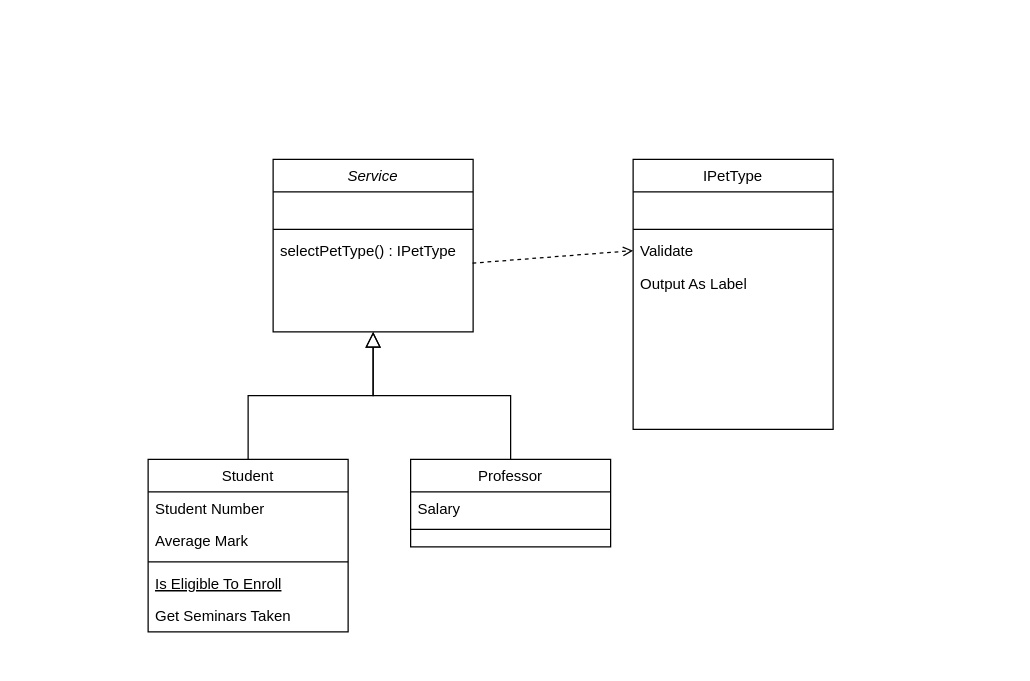
Before: src/main/Untitled Diagram.drawio in johnreyes96/design-patterns, a draw.io diagram. Source tidied: cells renumbered, new cells numbered last; positions are measured from the earlier drawing's top-left corner, leaving out a move shared by most shapes. Both pictures are drawn from the tidied source at 125%, with x=0, y=0 at pixel (148, 159).
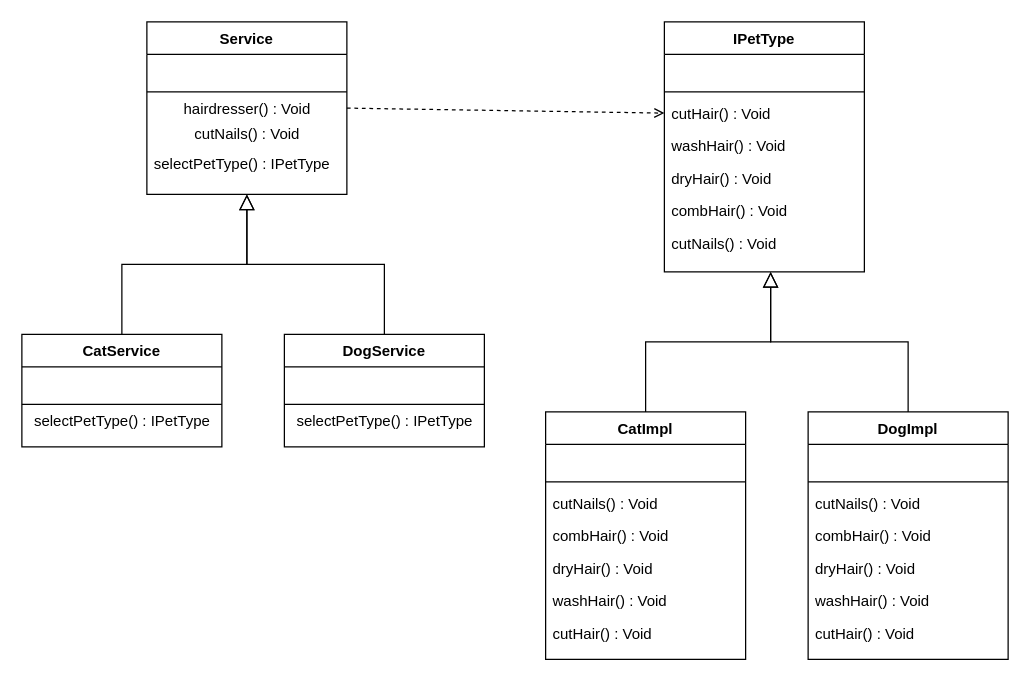
Above is the later version.

The edit, as a diff of the source:
```diff
@@
-    <mxCell id="2" value="Service" style="swimlane;fontStyle=2;align=center;verticalAlign=top;horizontal=1;startSize=26;rounded=0;shadow=0;strokeWidth=1;" parent="1" vertex="1">
-      <mxGeometry x="100" width="160" height="138" as="geometry" />
+    <mxCell id="2" value="Service" style="swimlane;fontStyle=1;align=center;verticalAlign=top;horizontal=1;startSize=26;rounded=0;shadow=0;strokeWidth=1;" parent="1" vertex="1">
+      <mxGeometry x="-1" y="-110" width="160" height="138" as="geometry" />
     </mxCell>
@@
+    <mxCell id="23" value="hairdresser() : Void" style="text;html=1;align=center;verticalAlign=middle;strokeColor=none;fillColor=none;" parent="2" vertex="1">
+      <mxGeometry y="60" width="160" height="20" as="geometry" />
+    </mxCell>
+    <mxCell id="24" value="cutNails() : Void" style="text;html=1;align=center;verticalAlign=middle;strokeColor=none;fillColor=none;" parent="2" vertex="1">
+      <mxGeometry y="80" width="160" height="20" as="geometry" />
+    </mxCell>
     <mxCell id="5" value="selectPetType() : IPetType" style="text;align=left;verticalAlign=top;spacingLeft=4;spacingRight=4;overflow=hidden;points=[[0,0.5],[1,0.5]];portConstraint=eastwest;" parent="2" vertex="1">
-      <mxGeometry y="60" width="160" height="26" as="geometry" />
+      <mxGeometry y="100" width="160" height="26" as="geometry" />
     </mxCell>
-    <mxCell id="6" value="Student" style="swimlane;fontStyle=0;align=center;verticalAlign=top;horizontal=1;startSize=26;rounded=0;shadow=0;strokeWidth=1;" parent="1" vertex="1">
-      <mxGeometry y="240" width="160" height="138" as="geometry" />
+    <mxCell id="6" value="CatService" style="swimlane;fontStyle=1;align=center;verticalAlign=top;horizontal=1;startSize=26;rounded=0;shadow=0;strokeWidth=1;" parent="1" vertex="1">
+      <mxGeometry x="-101" y="140" width="160" height="90" as="geometry" />
     </mxCell>
-    <mxCell id="7" value="Student Number" style="text;align=left;verticalAlign=top;spacingLeft=4;spacingRight=4;overflow=hidden;" parent="6" vertex="1">
+    <mxCell id="7" value=" " style="text;align=left;verticalAlign=top;spacingLeft=4;spacingRight=4;overflow=hidden;" parent="6" vertex="1">
       <mxGeometry y="26" width="160" height="26" as="geometry" />
     </mxCell>
-    <mxCell id="8" value="Average Mark" style="text;align=left;verticalAlign=top;spacingLeft=4;spacingRight=4;overflow=hidden;rounded=0;shadow=0;html=0;" parent="6" vertex="1">
-      <mxGeometry y="52" width="160" height="26" as="geometry" />
-    </mxCell>
     <mxCell id="9" style="line;html=1;strokeWidth=1;align=left;verticalAlign=middle;spacingTop=-1;spacingLeft=3;spacingRight=3;labelPosition=right;" parent="6" vertex="1">
-      <mxGeometry y="78" width="160" height="8" as="geometry" />
+      <mxGeometry y="52" width="160" height="8" as="geometry" />
     </mxCell>
-    <mxCell id="10" value="Is Eligible To Enroll" style="text;align=left;verticalAlign=top;spacingLeft=4;spacingRight=4;overflow=hidden;fontStyle=4;" parent="6" vertex="1">
-      <mxGeometry y="86" width="160" height="26" as="geometry" />
-    </mxCell>
-    <mxCell id="11" value="Get Seminars Taken" style="text;align=left;verticalAlign=top;spacingLeft=4;spacingRight=4;overflow=hidden;" parent="6" vertex="1">
-      <mxGeometry y="112" width="160" height="26" as="geometry" />
-    </mxCell>
+    <mxCell id="25" value="&lt;span style=&quot;text-align: left&quot;&gt;selectPetType() : IPetType&lt;/span&gt;" style="text;html=1;align=center;verticalAlign=middle;strokeColor=none;fillColor=none;" parent="6" vertex="1">
+      <mxGeometry y="60" width="160" height="20" as="geometry" />
+    </mxCell>
@@
-    <mxCell id="13" value="Professor" style="swimlane;fontStyle=0;align=center;verticalAlign=top;horizontal=1;startSize=26;rounded=0;shadow=0;strokeWidth=1;" parent="1" vertex="1">
-      <mxGeometry x="210" y="240" width="160" height="70" as="geometry" />
+    <mxCell id="13" value="DogService" style="swimlane;fontStyle=1;align=center;verticalAlign=top;horizontal=1;startSize=26;rounded=0;shadow=0;strokeWidth=1;" parent="1" vertex="1">
+      <mxGeometry x="109" y="140" width="160" height="90" as="geometry" />
     </mxCell>
-    <mxCell id="14" value="Salary" style="text;align=left;verticalAlign=top;spacingLeft=4;spacingRight=4;overflow=hidden;" parent="13" vertex="1">
+    <mxCell id="14" value=" " style="text;align=left;verticalAlign=top;spacingLeft=4;spacingRight=4;overflow=hidden;" parent="13" vertex="1">
       <mxGeometry y="26" width="160" height="26" as="geometry" />
     </mxCell>
@@
+    <mxCell id="26" value="&lt;span style=&quot;text-align: left&quot;&gt;selectPetType() : IPetType&lt;/span&gt;" style="text;html=1;align=center;verticalAlign=middle;strokeColor=none;fillColor=none;" parent="13" vertex="1">
+      <mxGeometry y="60" width="160" height="20" as="geometry" />
+    </mxCell>
@@
-    <mxCell id="17" value="IPetType" style="swimlane;fontStyle=0;align=center;verticalAlign=top;horizontal=1;startSize=26;rounded=0;shadow=0;strokeWidth=1;" parent="1" vertex="1">
-      <mxGeometry x="388" width="160" height="216" as="geometry" />
+    <mxCell id="17" value="IPetType" style="swimlane;fontStyle=1;align=center;verticalAlign=top;horizontal=1;startSize=26;rounded=0;shadow=0;strokeWidth=1;" parent="1" vertex="1">
+      <mxGeometry x="413" y="-110" width="160" height="200" as="geometry" />
     </mxCell>
@@
-    <mxCell id="20" value="Validate" style="text;align=left;verticalAlign=top;spacingLeft=4;spacingRight=4;overflow=hidden;points=[[0,0.5],[1,0.5]];portConstraint=eastwest;" parent="17" vertex="1">
+    <mxCell id="20" value="cutHair() : Void" style="text;align=left;verticalAlign=top;spacingLeft=4;spacingRight=4;overflow=hidden;points=[[0,0.5],[1,0.5]];portConstraint=eastwest;" parent="17" vertex="1">
       <mxGeometry y="60" width="160" height="26" as="geometry" />
     </mxCell>
-    <mxCell id="21" value="Output As Label" style="text;align=left;verticalAlign=top;spacingLeft=4;spacingRight=4;overflow=hidden;" parent="17" vertex="1">
+    <mxCell id="21" value="washHair() : Void" style="text;align=left;verticalAlign=top;spacingLeft=4;spacingRight=4;overflow=hidden;" parent="17" vertex="1">
       <mxGeometry y="86" width="160" height="26" as="geometry" />
     </mxCell>
+    <mxCell id="27" value="dryHair() : Void" style="text;align=left;verticalAlign=top;spacingLeft=4;spacingRight=4;overflow=hidden;" parent="17" vertex="1">
+      <mxGeometry y="112" width="160" height="26" as="geometry" />
+    </mxCell>
+    <mxCell id="28" value="combHair() : Void" style="text;align=left;verticalAlign=top;spacingLeft=4;spacingRight=4;overflow=hidden;" parent="17" vertex="1">
+      <mxGeometry y="138" width="160" height="26" as="geometry" />
+    </mxCell>
+    <mxCell id="29" value="cutNails() : Void" style="text;align=left;verticalAlign=top;spacingLeft=4;spacingRight=4;overflow=hidden;" parent="17" vertex="1">
+      <mxGeometry y="164" width="160" height="26" as="geometry" />
+    </mxCell>
-    <mxCell id="22" style="endArrow=open;dashed=1;html=1;rounded=0;entryX=0;entryY=0.5;entryDx=0;entryDy=0;exitX=0.997;exitY=0.885;exitDx=0;exitDy=0;exitPerimeter=0;" parent="1" edge="1" source="5" target="20">
+    <mxCell id="22" style="endArrow=open;dashed=1;html=1;rounded=0;exitX=1;exitY=0.5;exitDx=0;exitDy=0;entryX=0;entryY=0.5;entryDx=0;entryDy=0;" parent="1" edge="1" source="2" target="20">
       <mxGeometry relative="1" as="geometry" />
     </mxCell>
+    <mxCell id="30" value="CatImpl" style="swimlane;fontStyle=1;align=center;verticalAlign=top;horizontal=1;startSize=26;rounded=0;shadow=0;strokeWidth=1;" parent="1" vertex="1">
+      <mxGeometry x="318" y="202" width="160" height="198" as="geometry" />
+    </mxCell>
+    <mxCell id="31" value=" " style="text;align=left;verticalAlign=top;spacingLeft=4;spacingRight=4;overflow=hidden;" parent="30" vertex="1">
+      <mxGeometry y="26" width="160" height="26" as="geometry" />
+    </mxCell>
+    <mxCell id="32" style="line;html=1;strokeWidth=1;align=left;verticalAlign=middle;spacingTop=-1;spacingLeft=3;spacingRight=3;labelPosition=right;" parent="30" vertex="1">
+      <mxGeometry y="52" width="160" height="8" as="geometry" />
+    </mxCell>
+    <mxCell id="33" value="cutNails() : Void" style="text;align=left;verticalAlign=top;spacingLeft=4;spacingRight=4;overflow=hidden;" parent="30" vertex="1">
+      <mxGeometry y="60" width="160" height="26" as="geometry" />
+    </mxCell>
+    <mxCell id="34" value="combHair() : Void" style="text;align=left;verticalAlign=top;spacingLeft=4;spacingRight=4;overflow=hidden;" parent="30" vertex="1">
+      <mxGeometry y="86" width="160" height="26" as="geometry" />
+    </mxCell>
+    <mxCell id="35" value="dryHair() : Void" style="text;align=left;verticalAlign=top;spacingLeft=4;spacingRight=4;overflow=hidden;" parent="30" vertex="1">
+      <mxGeometry y="112" width="160" height="26" as="geometry" />
+    </mxCell>
+    <mxCell id="36" value="washHair() : Void" style="text;align=left;verticalAlign=top;spacingLeft=4;spacingRight=4;overflow=hidden;" parent="30" vertex="1">
+      <mxGeometry y="138" width="160" height="26" as="geometry" />
+    </mxCell>
+    <mxCell id="37" value="cutHair() : Void" style="text;align=left;verticalAlign=top;spacingLeft=4;spacingRight=4;overflow=hidden;" parent="30" vertex="1">
+      <mxGeometry y="164" width="160" height="26" as="geometry" />
+    </mxCell>
+    <mxCell id="38" style="endArrow=block;endSize=10;endFill=0;shadow=0;strokeWidth=1;rounded=0;edgeStyle=elbowEdgeStyle;elbow=vertical;" parent="1" edge="1" source="30">
+      <mxGeometry relative="1" as="geometry">
+        <mxPoint x="498" y="90" as="targetPoint" />
+      </mxGeometry>
+    </mxCell>
+    <mxCell id="39" value="DogImpl" style="swimlane;fontStyle=1;align=center;verticalAlign=top;horizontal=1;startSize=26;rounded=0;shadow=0;strokeWidth=1;" parent="1" vertex="1">
+      <mxGeometry x="528" y="202" width="160" height="198" as="geometry" />
+    </mxCell>
+    <mxCell id="40" value=" " style="text;align=left;verticalAlign=top;spacingLeft=4;spacingRight=4;overflow=hidden;" parent="39" vertex="1">
+      <mxGeometry y="26" width="160" height="26" as="geometry" />
+    </mxCell>
+    <mxCell id="41" style="line;html=1;strokeWidth=1;align=left;verticalAlign=middle;spacingTop=-1;spacingLeft=3;spacingRight=3;labelPosition=right;" parent="39" vertex="1">
+      <mxGeometry y="52" width="160" height="8" as="geometry" />
+    </mxCell>
+    <mxCell id="42" value="cutNails() : Void" style="text;align=left;verticalAlign=top;spacingLeft=4;spacingRight=4;overflow=hidden;" parent="39" vertex="1">
+      <mxGeometry y="60" width="160" height="26" as="geometry" />
+    </mxCell>
+    <mxCell id="43" value="combHair() : Void" style="text;align=left;verticalAlign=top;spacingLeft=4;spacingRight=4;overflow=hidden;" parent="39" vertex="1">
+      <mxGeometry y="86" width="160" height="26" as="geometry" />
+    </mxCell>
+    <mxCell id="44" value="dryHair() : Void" style="text;align=left;verticalAlign=top;spacingLeft=4;spacingRight=4;overflow=hidden;" parent="39" vertex="1">
+      <mxGeometry y="112" width="160" height="26" as="geometry" />
+    </mxCell>
+    <mxCell id="45" value="washHair() : Void" style="text;align=left;verticalAlign=top;spacingLeft=4;spacingRight=4;overflow=hidden;" parent="39" vertex="1">
+      <mxGeometry y="138" width="160" height="26" as="geometry" />
+    </mxCell>
+    <mxCell id="46" value="cutHair() : Void" style="text;align=left;verticalAlign=top;spacingLeft=4;spacingRight=4;overflow=hidden;" parent="39" vertex="1">
+      <mxGeometry y="164" width="160" height="26" as="geometry" />
+    </mxCell>
+    <mxCell id="47" style="endArrow=block;endSize=10;endFill=0;shadow=0;strokeWidth=1;rounded=0;edgeStyle=elbowEdgeStyle;elbow=vertical;" parent="1" edge="1" source="39">
+      <mxGeometry relative="1" as="geometry">
+        <mxPoint x="498" y="90" as="targetPoint" />
+      </mxGeometry>
+    </mxCell>
```
